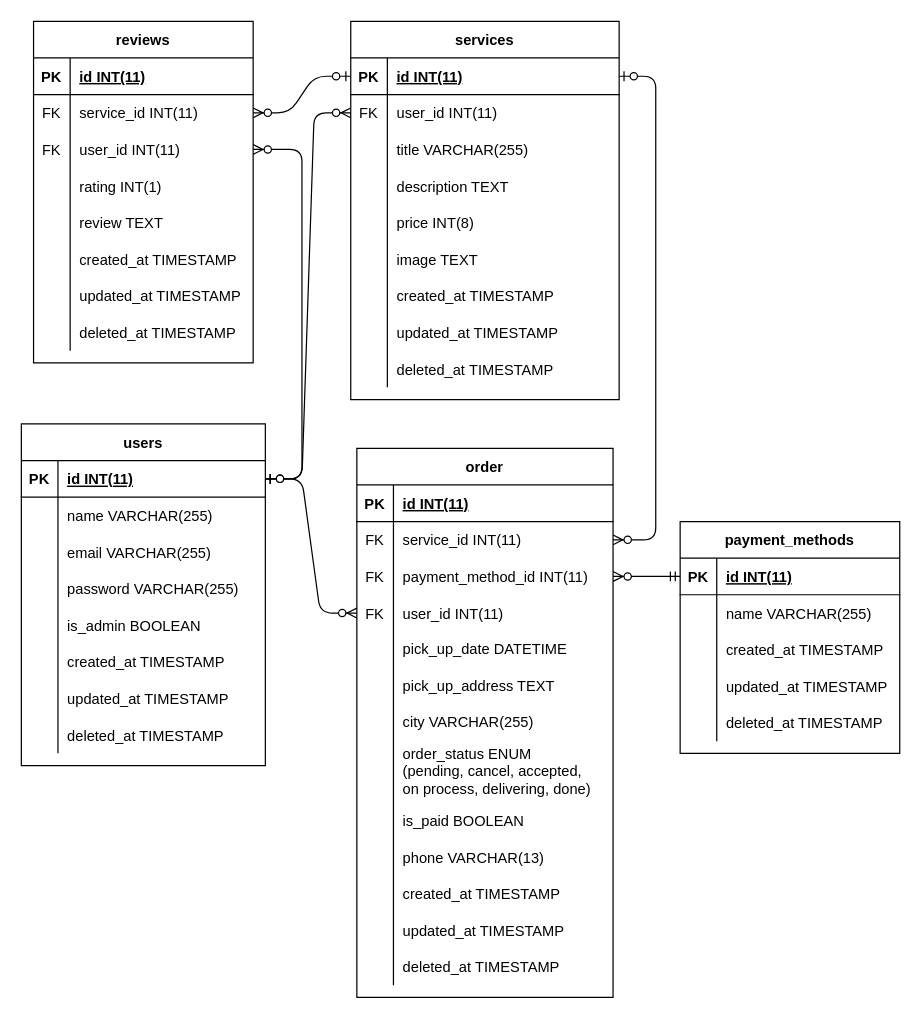
Before: ERD/erd.drawio in alta-shoes-and-care/BE, a draw.io diagram. Source tidied: cells renumbered, new cells numbered last; positions are measured from the earlier drawing's top-left corner, leaving out a move shared by most shapes. Both pictures are drawn from the tidied source at 122%, with x=0, y=0 at pixel (21, 21).
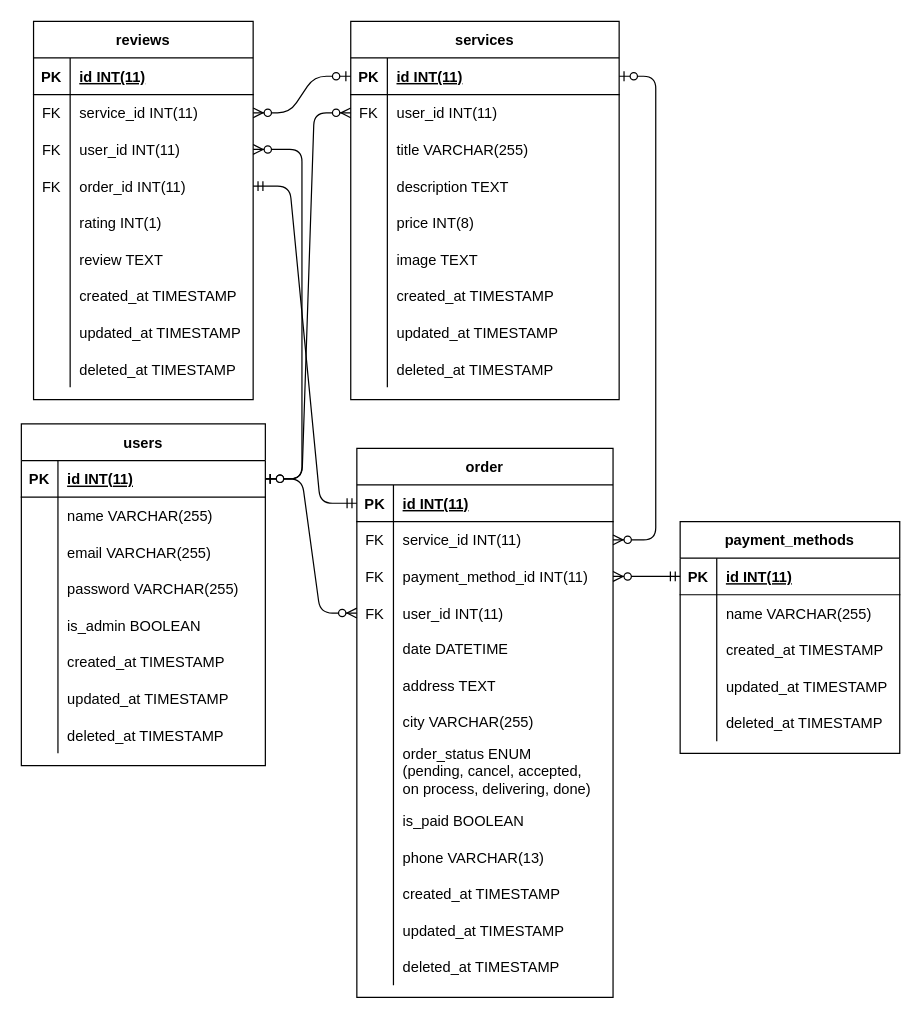
After the change.

Commit message:
finished creating erd

Unchanged cells that the change refers to:
```xml
<mxCell id="73" style="shape=tableRow;horizontal=0;startSize=0;swimlaneHead=0;swimlaneBody=0;fillColor=none;points=[[0,0.5],[1,0.5]];portConstraint=eastwest;top=0;left=0;right=0;bottom=1;" parent="72" vertex="1">
  <mxGeometry y="30" width="210" height="30" as="geometry" />
</mxCell>
<mxCell id="85" style="shape=tableRow;horizontal=0;startSize=0;swimlaneHead=0;swimlaneBody=0;fillColor=none;top=0;left=0;right=0;bottom=0;" parent="72" vertex="1">
  <mxGeometry y="150" width="210" height="30" as="geometry" />
</mxCell>
<mxCell id="88" style="shape=tableRow;horizontal=0;startSize=0;swimlaneHead=0;swimlaneBody=0;fillColor=none;top=0;left=0;right=0;bottom=0;" parent="72" vertex="1">
  <mxGeometry y="180" width="210" height="30" as="geometry" />
</mxCell>
```

Diff of the diagram source:
```diff
@@
-    <mxCell id="87" value="pick_up_date DATETIME" style="shape=partialRectangle;fillColor=none;top=0;left=0;bottom=0;right=0;align=left;spacingLeft=6;overflow=hidden;whiteSpace=wrap;" parent="85" vertex="1">
+    <mxCell id="87" value="date DATETIME" style="shape=partialRectangle;fillColor=none;top=0;left=0;bottom=0;right=0;align=left;spacingLeft=6;overflow=hidden;whiteSpace=wrap;" parent="85" vertex="1">
       <mxGeometry x="30" width="180" height="30" as="geometry" />
     </mxCell>
@@
-    <mxCell id="90" value="pick_up_address TEXT" style="shape=partialRectangle;fillColor=none;top=0;left=0;bottom=0;right=0;align=left;spacingLeft=6;overflow=hidden;whiteSpace=wrap;" parent="88" vertex="1">
+    <mxCell id="90" value="address TEXT" style="shape=partialRectangle;fillColor=none;top=0;left=0;bottom=0;right=0;align=left;spacingLeft=6;overflow=hidden;whiteSpace=wrap;" parent="88" vertex="1">
       <mxGeometry x="30" width="180" height="30" as="geometry" />
     </mxCell>
@@
     <mxCell id="114" value="reviews" style="shape=table;startSize=30;childLayout=tableLayout;rowLines=0;fontStyle=1;align=center;" parent="1" vertex="1">
-      <mxGeometry x="10" width="180" height="280" as="geometry" />
+      <mxGeometry x="10" width="180" height="310" as="geometry" />
     </mxCell>
@@
+    <mxCell id="142" style="shape=tableRow;horizontal=0;startSize=0;swimlaneHead=0;swimlaneBody=0;fillColor=none;points=[[0,0.5],[1,0.5]];portConstraint=eastwest;top=0;left=0;right=0;bottom=0;" parent="114" vertex="1">
+      <mxGeometry y="120" width="180" height="30" as="geometry" />
+    </mxCell>
+    <mxCell id="143" value="FK" style="shape=partialRectangle;fillColor=none;top=0;left=0;bottom=0;right=0;overflow=hidden;" parent="142" vertex="1">
+      <mxGeometry width="30" height="30" as="geometry" />
+    </mxCell>
+    <mxCell id="144" value="order_id INT(11)" style="shape=partialRectangle;fillColor=none;top=0;left=0;bottom=0;right=0;align=left;spacingLeft=6;overflow=hidden;" parent="142" vertex="1">
+      <mxGeometry x="30" width="150" height="30" as="geometry" />
+    </mxCell>
     <mxCell id="124" style="shape=tableRow;horizontal=0;startSize=0;swimlaneHead=0;swimlaneBody=0;fillColor=none;top=0;left=0;right=0;bottom=0;" parent="114" vertex="1">
-      <mxGeometry y="120" width="180" height="30" as="geometry" />
+      <mxGeometry y="150" width="180" height="30" as="geometry" />
     </mxCell>
@@
     <mxCell id="127" style="shape=tableRow;horizontal=0;startSize=0;swimlaneHead=0;swimlaneBody=0;fillColor=none;top=0;left=0;right=0;bottom=0;" parent="114" vertex="1">
-      <mxGeometry y="150" width="180" height="30" as="geometry" />
+      <mxGeometry y="180" width="180" height="30" as="geometry" />
     </mxCell>
@@
     <mxCell id="130" style="shape=tableRow;horizontal=0;startSize=0;swimlaneHead=0;swimlaneBody=0;fillColor=none;top=0;left=0;right=0;bottom=0;" parent="114" vertex="1">
-      <mxGeometry y="180" width="180" height="30" as="geometry" />
+      <mxGeometry y="210" width="180" height="30" as="geometry" />
     </mxCell>
@@
     <mxCell id="133" style="shape=tableRow;horizontal=0;startSize=0;swimlaneHead=0;swimlaneBody=0;fillColor=none;top=0;left=0;right=0;bottom=0;" parent="114" vertex="1">
-      <mxGeometry y="210" width="180" height="30" as="geometry" />
+      <mxGeometry y="240" width="180" height="30" as="geometry" />
     </mxCell>
@@
     <mxCell id="136" style="shape=tableRow;horizontal=0;startSize=0;swimlaneHead=0;swimlaneBody=0;fillColor=none;top=0;left=0;right=0;bottom=0;" parent="114" vertex="1">
-      <mxGeometry y="240" width="180" height="30" as="geometry" />
+      <mxGeometry y="270" width="180" height="30" as="geometry" />
     </mxCell>
@@
+    <mxCell id="145" style="edgeStyle=entityRelationEdgeStyle;fontSize=12;html=1;endArrow=ERmandOne;startArrow=ERmandOne;entryX=0;entryY=0.5;entryDx=0;entryDy=0;" parent="1" edge="1" source="142" target="73">
+      <mxGeometry relative="1" as="geometry" />
+    </mxCell>
```
